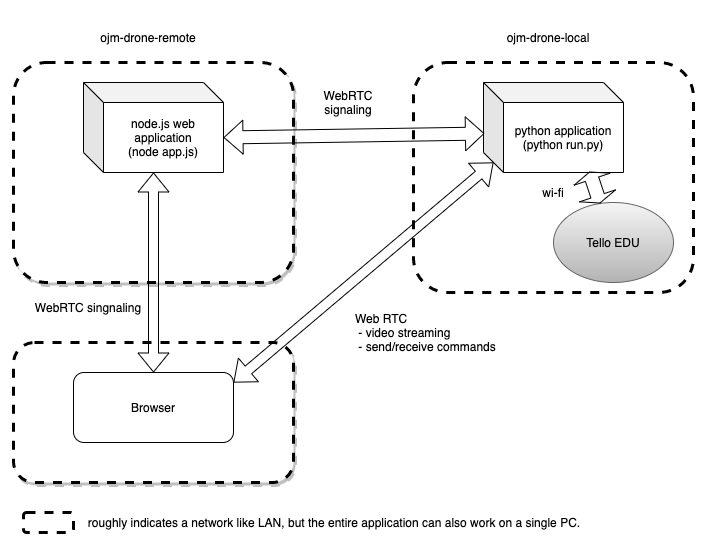
Earlier version of the draw.io export README-images/ojm-drone-arch-overview.png (st-user/ojm-drone-remote). Source tidied: cells renumbered, new cells last; positions are measured from the earlier drawing's top-left corner, leaving out a move shared by most shapes. Its diagram source:
```xml
<mxGraphModel>
  <root>
    <mxCell id="0" />
    <mxCell id="1" parent="0" />
    <mxCell id="2" style="rounded=1;whiteSpace=wrap;html=1;shadow=1;dashed=1;strokeWidth=3;" parent="1" vertex="1">
      <mxGeometry y="50" width="280" height="220" as="geometry" />
    </mxCell>
    <mxCell id="3" style="rounded=1;whiteSpace=wrap;html=1;dashed=1;strokeWidth=3;" parent="1" vertex="1">
      <mxGeometry x="400" y="50" width="280" height="230" as="geometry" />
    </mxCell>
    <mxCell id="4" style="edgeStyle=orthogonalEdgeStyle;rounded=0;orthogonalLoop=1;jettySize=auto;html=1;exitX=0.5;exitY=1;exitDx=0;exitDy=0;" parent="1" edge="1" source="3" target="3">
      <mxGeometry relative="1" as="geometry" />
    </mxCell>
    <mxCell id="5" value="ojm-drone-remote" style="text;html=1;strokeColor=none;fillColor=none;align=center;verticalAlign=middle;whiteSpace=wrap;rounded=0;shadow=1;" parent="1" vertex="1">
      <mxGeometry x="40" width="190" height="50" as="geometry" />
    </mxCell>
    <mxCell id="6" value="ojm-drone-local" style="text;html=1;strokeColor=none;fillColor=none;align=center;verticalAlign=middle;whiteSpace=wrap;rounded=0;shadow=1;" parent="1" vertex="1">
      <mxGeometry x="440" width="190" height="50" as="geometry" />
    </mxCell>
    <mxCell id="7" style="rounded=1;whiteSpace=wrap;html=1;shadow=1;dashed=1;strokeWidth=3;" parent="1" vertex="1">
      <mxGeometry y="330" width="280" height="140" as="geometry" />
    </mxCell>
    <mxCell id="8" value="Tello EDU" style="ellipse;whiteSpace=wrap;html=1;strokeWidth=1;gradientColor=#b3b3b3;fillColor=#f5f5f5;strokeColor=#666666;" parent="1" vertex="1">
      <mxGeometry x="540" y="190" width="120" height="80" as="geometry" />
    </mxCell>
    <mxCell id="9" value="python application&lt;br&gt;(python run.py)" style="shape=cube;whiteSpace=wrap;html=1;boundedLbl=1;backgroundOutline=1;darkOpacity=0.05;darkOpacity2=0.1;strokeWidth=1;" parent="1" vertex="1">
      <mxGeometry x="470" y="70" width="140" height="90" as="geometry" />
    </mxCell>
    <mxCell id="10" value="node.js web application&lt;br&gt;(node app.js)" style="shape=cube;whiteSpace=wrap;html=1;boundedLbl=1;backgroundOutline=1;darkOpacity=0.05;darkOpacity2=0.1;strokeWidth=1;" parent="1" vertex="1">
      <mxGeometry x="70" y="70" width="140" height="90" as="geometry" />
    </mxCell>
    <mxCell id="11" value="wi-fi" style="text;html=1;strokeColor=none;fillColor=none;align=center;verticalAlign=middle;whiteSpace=wrap;rounded=0;" parent="1" vertex="1">
      <mxGeometry x="515" y="170" width="50" height="20" as="geometry" />
    </mxCell>
    <mxCell id="12" value="Web RTC&lt;br&gt;&amp;nbsp;- video streaming&lt;br&gt;&amp;nbsp;- send/receive commands" style="text;html=1;strokeColor=none;fillColor=none;align=left;verticalAlign=middle;whiteSpace=wrap;rounded=0;" parent="1" vertex="1">
      <mxGeometry x="340" y="290" width="160" height="60" as="geometry" />
    </mxCell>
    <mxCell id="13" value="Browser" style="rounded=1;whiteSpace=wrap;html=1;strokeWidth=1;" parent="1" vertex="1">
      <mxGeometry x="60" y="360" width="160" height="70" as="geometry" />
    </mxCell>
    <mxCell id="14" style="shape=flexArrow;endArrow=classic;startArrow=classic;html=1;entryX=0;entryY=0;entryDx=10;entryDy=80;entryPerimeter=0;" parent="1" edge="1" target="9">
      <mxGeometry relative="1" as="geometry">
        <mxPoint x="220" y="370" as="sourcePoint" />
      </mxGeometry>
    </mxCell>
    <mxCell id="15" style="shape=flexArrow;endArrow=classic;startArrow=classic;html=1;entryX=0.757;entryY=0.989;entryDx=0;entryDy=0;entryPerimeter=0;width=14;endSize=2.2;endWidth=23;startWidth=23;startSize=2.2;" parent="1" edge="1" source="8" target="9">
      <mxGeometry relative="1" as="geometry" />
    </mxCell>
    <mxCell id="16" style="shape=flexArrow;endArrow=classic;startArrow=classic;html=1;exitX=0.5;exitY=0;exitDx=0;exitDy=0;" parent="1" edge="1" source="13" target="10">
      <mxGeometry relative="1" as="geometry" />
    </mxCell>
    <mxCell id="17" style="shape=flexArrow;endArrow=classic;startArrow=classic;html=1;exitX=0.007;exitY=0.567;exitDx=0;exitDy=0;entryX=0;entryY=0;entryDx=140;entryDy=55;entryPerimeter=0;exitPerimeter=0;width=13;startSize=5.85;" parent="1" edge="1" source="9" target="10">
      <mxGeometry relative="1" as="geometry" />
    </mxCell>
    <mxCell id="18" value="WebRTC&lt;br&gt;signaling" style="text;html=1;strokeColor=none;fillColor=none;align=center;verticalAlign=middle;whiteSpace=wrap;rounded=0;" parent="1" vertex="1">
      <mxGeometry x="270" y="60" width="130" height="60" as="geometry" />
    </mxCell>
    <mxCell id="19" value="WebRTC singnaling" style="text;html=1;strokeColor=none;fillColor=none;align=center;verticalAlign=middle;whiteSpace=wrap;rounded=0;" parent="1" vertex="1">
      <mxGeometry x="10" y="260" width="130" height="70" as="geometry" />
    </mxCell>
    <mxCell id="20" style="rounded=1;whiteSpace=wrap;html=1;strokeWidth=3;align=left;dashed=1;" parent="1" vertex="1">
      <mxGeometry x="10" y="500" width="50" height="20" as="geometry" />
    </mxCell>
    <mxCell id="21" value="roughly indicates a network like LAN, but the entire application can also work on a single PC." style="text;html=1;strokeColor=none;fillColor=none;align=center;verticalAlign=middle;whiteSpace=wrap;rounded=0;dashed=1;" parent="1" vertex="1">
      <mxGeometry x="46" y="490" width="550" height="40" as="geometry" />
    </mxCell>
  </root>
</mxGraphModel>
```
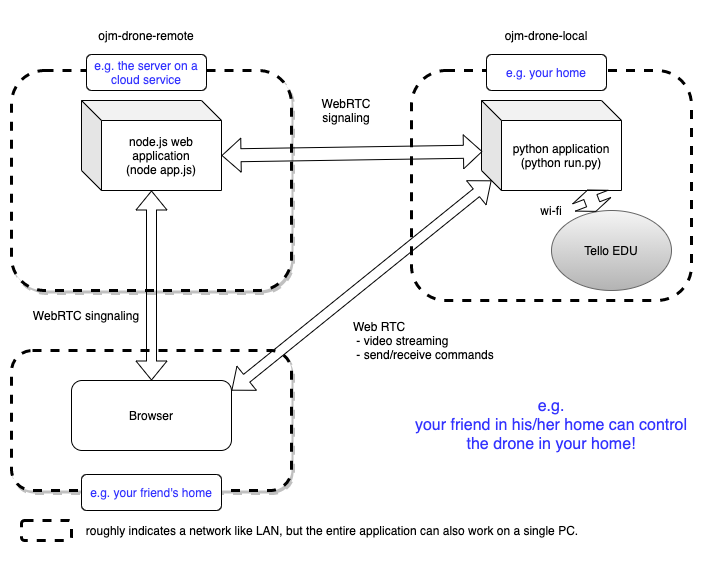
Above is the later version.

Change to the diagram source:
```diff
@@ -12,10 +12,10 @@
       <mxGeometry relative="1" as="geometry" />
     </mxCell>
     <mxCell id="5" value="ojm-drone-remote" style="text;html=1;strokeColor=none;fillColor=none;align=center;verticalAlign=middle;whiteSpace=wrap;rounded=0;shadow=1;" parent="1" vertex="1">
-      <mxGeometry x="40" width="190" height="50" as="geometry" />
+      <mxGeometry x="40" y="-10" width="190" height="50" as="geometry" />
     </mxCell>
     <mxCell id="6" value="ojm-drone-local" style="text;html=1;strokeColor=none;fillColor=none;align=center;verticalAlign=middle;whiteSpace=wrap;rounded=0;shadow=1;" parent="1" vertex="1">
-      <mxGeometry x="440" width="190" height="50" as="geometry" />
+      <mxGeometry x="440" y="-10" width="190" height="50" as="geometry" />
     </mxCell>
     <mxCell id="7" style="rounded=1;whiteSpace=wrap;html=1;shadow=1;dashed=1;strokeWidth=3;" parent="1" vertex="1">
       <mxGeometry y="330" width="280" height="140" as="geometry" />
@@ -24,13 +24,13 @@
       <mxGeometry x="540" y="190" width="120" height="80" as="geometry" />
     </mxCell>
     <mxCell id="9" value="python application&lt;br&gt;(python run.py)" style="shape=cube;whiteSpace=wrap;html=1;boundedLbl=1;backgroundOutline=1;darkOpacity=0.05;darkOpacity2=0.1;strokeWidth=1;" parent="1" vertex="1">
-      <mxGeometry x="470" y="70" width="140" height="90" as="geometry" />
+      <mxGeometry x="470" y="80" width="140" height="90" as="geometry" />
     </mxCell>
     <mxCell id="10" value="node.js web application&lt;br&gt;(node app.js)" style="shape=cube;whiteSpace=wrap;html=1;boundedLbl=1;backgroundOutline=1;darkOpacity=0.05;darkOpacity2=0.1;strokeWidth=1;" parent="1" vertex="1">
-      <mxGeometry x="70" y="70" width="140" height="90" as="geometry" />
+      <mxGeometry x="70" y="80" width="140" height="90" as="geometry" />
     </mxCell>
     <mxCell id="11" value="wi-fi" style="text;html=1;strokeColor=none;fillColor=none;align=center;verticalAlign=middle;whiteSpace=wrap;rounded=0;" parent="1" vertex="1">
-      <mxGeometry x="515" y="170" width="50" height="20" as="geometry" />
+      <mxGeometry x="515" y="180" width="50" height="20" as="geometry" />
     </mxCell>
     <mxCell id="12" value="Web RTC&lt;br&gt;&amp;nbsp;- video streaming&lt;br&gt;&amp;nbsp;- send/receive commands" style="text;html=1;strokeColor=none;fillColor=none;align=left;verticalAlign=middle;whiteSpace=wrap;rounded=0;" parent="1" vertex="1">
       <mxGeometry x="340" y="290" width="160" height="60" as="geometry" />
@@ -64,5 +64,17 @@
     <mxCell id="21" value="roughly indicates a network like LAN, but the entire application can also work on a single PC." style="text;html=1;strokeColor=none;fillColor=none;align=center;verticalAlign=middle;whiteSpace=wrap;rounded=0;dashed=1;" parent="1" vertex="1">
       <mxGeometry x="46" y="490" width="550" height="40" as="geometry" />
     </mxCell>
+    <mxCell id="22" value="e.g. the server on a cloud service" style="rounded=1;whiteSpace=wrap;html=1;fontColor=#3333FF;" parent="1" vertex="1">
+      <mxGeometry x="75" y="34" width="120" height="36" as="geometry" />
+    </mxCell>
+    <mxCell id="23" value="e.g. your home" style="rounded=1;whiteSpace=wrap;html=1;fontColor=#3333FF;" parent="1" vertex="1">
+      <mxGeometry x="475" y="34" width="120" height="36" as="geometry" />
+    </mxCell>
+    <mxCell id="24" value="e.g. your friend's home" style="rounded=1;whiteSpace=wrap;html=1;fontColor=#3333FF;" parent="1" vertex="1">
+      <mxGeometry x="70" y="454" width="140" height="36" as="geometry" />
+    </mxCell>
+    <mxCell id="25" value="e.g.&lt;br style=&quot;font-size: 16px&quot;&gt;your friend in his/her home can control the drone in your home!" style="text;html=1;align=center;verticalAlign=middle;whiteSpace=wrap;rounded=0;fontColor=#3333FF;fontSize=16;" parent="1" vertex="1">
+      <mxGeometry x="400" y="360" width="280" height="90" as="geometry" />
+    </mxCell>
   </root>
 </mxGraphModel>
```
